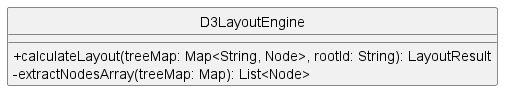
The PlantUML diagram src/PB/DocumentazioneEsterna/Specifica_Tecnica/content/05-diagrammi-classi/uml/png/frontend/D3LayoutEngine.png in GroupRubberDuck/Documentazione, before a commit. Its diagram source:
```plantuml
@startuml D3LayoutEngine
skinparam classAttributeIconSize 0
skinparam style strictuml

class D3LayoutEngine {
  + calculateLayout(treeMap: Map<String, Node>, rootId: String): LayoutResult
  - extractNodesArray(treeMap: Map): List<Node>
}

@enduml
```
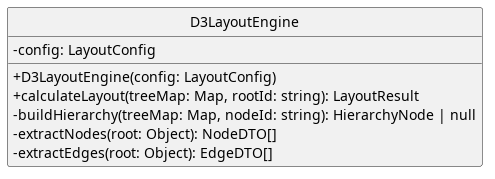
Above is the later version.

What changed in the source:
```diff
@@ -1,10 +1,18 @@
-@startuml D3LayoutEngine
+@startuml
+skinparam linetype ortho
+skinparam nodesep 80
+skinparam ranksep 100
 skinparam classAttributeIconSize 0
+skinparam packageStyle rectangle
 skinparam style strictuml
 
 class D3LayoutEngine {
-  + calculateLayout(treeMap: Map<String, Node>, rootId: String): LayoutResult
-  - extractNodesArray(treeMap: Map): List<Node>
+    - config: LayoutConfig
+    + D3LayoutEngine(config: LayoutConfig)
+    + calculateLayout(treeMap: Map, rootId: string): LayoutResult
+    - buildHierarchy(treeMap: Map, nodeId: string): HierarchyNode | null
+    - extractNodes(root: Object): NodeDTO[]
+    - extractEdges(root: Object): EdgeDTO[]
 }
 
 @enduml
```
